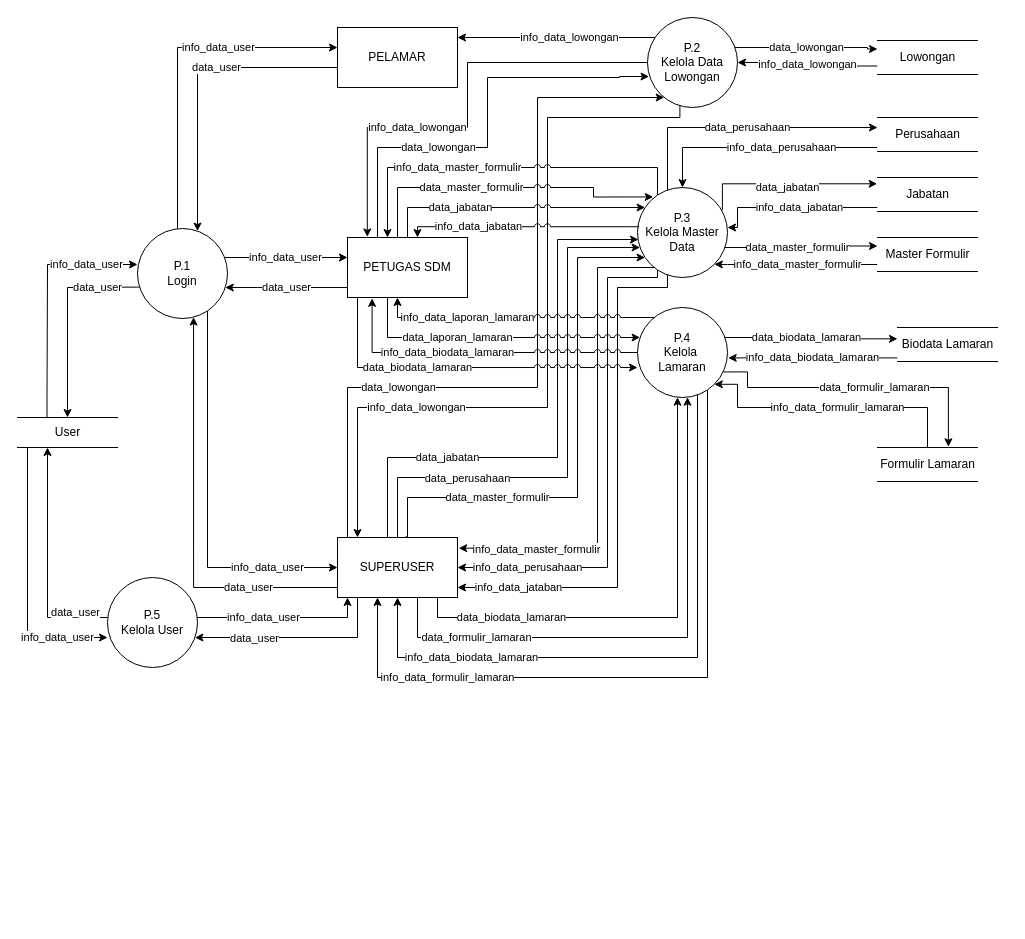
The draw.io diagram page "DFD 0" (2 of 7) of DFD v2.drawio in keys2505/tugas-akhir, before the edit. Source tidied: cells renumbered, new cells numbered last; positions are measured from the earlier drawing's top-left corner, leaving out a move shared by most shapes. Both pictures are drawn from the tidied source at 100%, with x=0, y=0 at pixel (17, 17).
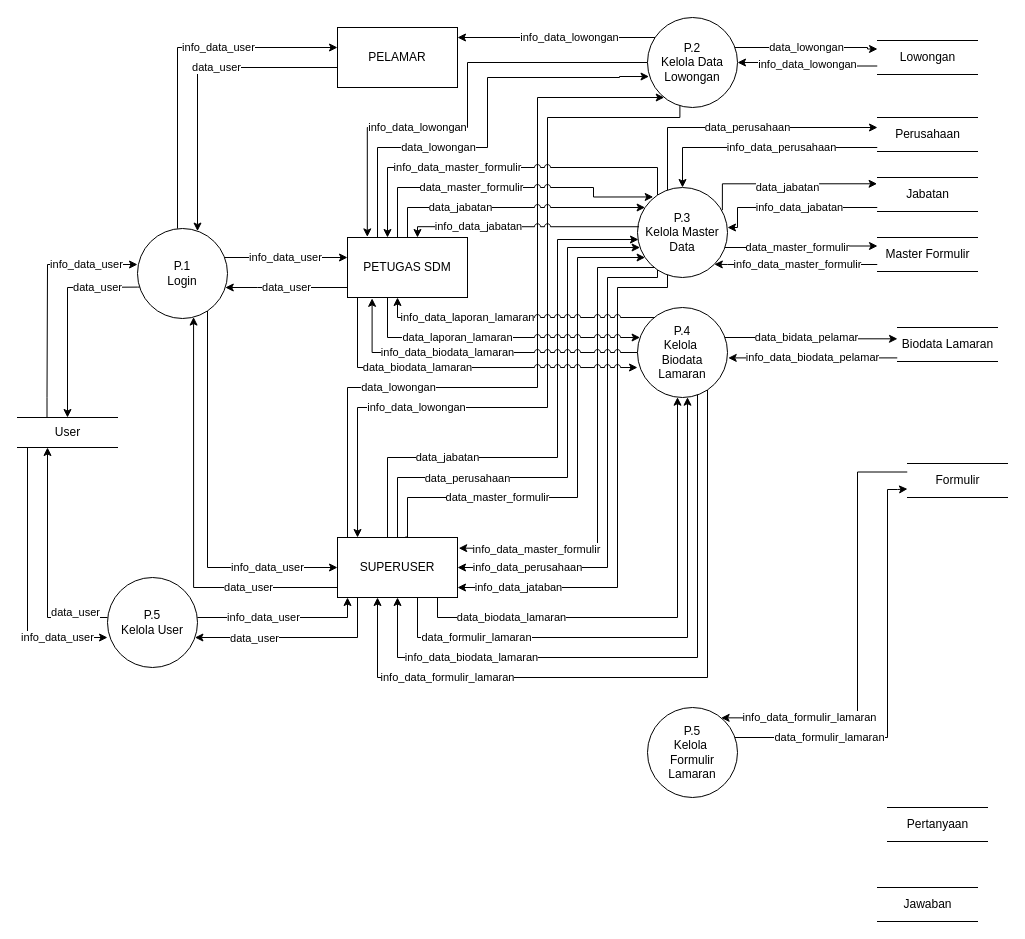
The same page after the edit.

Unchanged cells that the change refers to:
```xml
<mxCell id="54" value="Biodata Lamaran" style="html=1;dashed=0;whitespace=wrap;shape=partialRectangle;right=0;left=0;" parent="1" vertex="1">
  <mxGeometry x="880" y="310" width="100" height="34" as="geometry" />
</mxCell>
```

Diff of the diagram source:
```diff
@@
-    <mxCell id="42" value="data_biodata_lamaran" style="edgeStyle=orthogonalEdgeStyle;rounded=0;jettySize=auto;html=1;entryX=0;entryY=0.333;entryDx=0;entryDy=0;entryPerimeter=0;" parent="1" edge="1" source="47" target="54">
+    <mxCell id="42" value="data_bidata_pelamar" style="edgeStyle=orthogonalEdgeStyle;rounded=0;jettySize=auto;html=1;entryX=0;entryY=0.333;entryDx=0;entryDy=0;entryPerimeter=0;" parent="1" edge="1" source="47" target="54">
       <mxGeometry x="-0.06" relative="1" as="geometry">
         <Array as="points">
           <mxPoint x="790" y="320" />
           <mxPoint x="830" y="321" />
         </Array>
       </mxGeometry>
     </mxCell>
-    <mxCell id="43" value="data_formulir_lamaran" style="edgeStyle=orthogonalEdgeStyle;rounded=0;jettySize=auto;html=1;entryX=0.709;entryY=-0.021;entryDx=0;entryDy=0;exitX=0.952;exitY=0.716;exitDx=0;exitDy=0;exitPerimeter=0;entryPerimeter=0;" parent="1" edge="1" source="47" target="52">
-      <mxGeometry x="0.11" relative="1" as="geometry">
+    <mxCell id="43" value="data_formulir_lamaran" style="edgeStyle=orthogonalEdgeStyle;rounded=0;jettySize=auto;html=1;entryX=0;entryY=0.75;entryDx=0;entryDy=0;" parent="1" edge="1" source="65" target="52">
+      <mxGeometry x="-0.55" relative="1" as="geometry">
         <Array as="points">
-          <mxPoint x="730" y="354" />
-          <mxPoint x="730" y="370" />
-          <mxPoint x="930" y="370" />
-          <mxPoint x="930" y="429" />
+          <mxPoint x="870" y="720" />
+          <mxPoint x="870" y="472" />
+          <mxPoint x="880" y="472" />
         </Array>
       </mxGeometry>
     </mxCell>
@@
-    <mxCell id="47" value="&lt;div&gt;P.4&lt;/div&gt;&lt;div&gt;Kelola&amp;nbsp;&lt;/div&gt;&lt;div&gt;Lamaran&lt;br&gt;&lt;/div&gt;" style="ellipse;whiteSpace=wrap;html=1;" parent="1" vertex="1">
+    <mxCell id="47" value="&lt;div&gt;P.4&lt;/div&gt;&lt;div&gt;Kelola&amp;nbsp;&lt;/div&gt;&lt;div&gt;Biodata&lt;/div&gt;&lt;div&gt;Lamaran&lt;br&gt;&lt;/div&gt;" style="ellipse;whiteSpace=wrap;html=1;" parent="1" vertex="1">
       <mxGeometry x="620" y="290" width="90" height="90" as="geometry" />
     </mxCell>
@@
-    <mxCell id="51" value="info_data_formulir_lamaran" style="edgeStyle=orthogonalEdgeStyle;rounded=0;jettySize=auto;html=1;entryX=1;entryY=1;entryDx=0;entryDy=0;" parent="1" edge="1" source="52" target="47">
-      <mxGeometry x="-0.06" relative="1" as="geometry">
+    <mxCell id="51" value="info_data_formulir_lamaran" style="edgeStyle=orthogonalEdgeStyle;rounded=0;jettySize=auto;html=1;entryX=0.818;entryY=0.115;entryDx=0;entryDy=0;exitX=0;exitY=0.25;exitDx=0;exitDy=0;entryPerimeter=0;" parent="1" edge="1" source="52" target="65">
+      <mxGeometry x="0.59" relative="1" as="geometry">
         <Array as="points">
-          <mxPoint x="910" y="390" />
-          <mxPoint x="720" y="390" />
-          <mxPoint x="720" y="367" />
+          <mxPoint x="840" y="455" />
+          <mxPoint x="840" y="700" />
         </Array>
       </mxGeometry>
     </mxCell>
-    <mxCell id="52" value="Formulir Lamaran" style="html=1;dashed=0;whitespace=wrap;shape=partialRectangle;right=0;left=0;" parent="1" vertex="1">
-      <mxGeometry x="860" y="430" width="100" height="34" as="geometry" />
+    <mxCell id="52" value="Formulir" style="html=1;dashed=0;whitespace=wrap;shape=partialRectangle;right=0;left=0;" parent="1" vertex="1">
+      <mxGeometry x="890" y="446" width="100" height="34" as="geometry" />
     </mxCell>
-    <mxCell id="53" value="info_data_biodata_lamaran" style="edgeStyle=orthogonalEdgeStyle;rounded=0;jettySize=auto;html=1;entryX=1.008;entryY=0.56;entryDx=0;entryDy=0;entryPerimeter=0;" parent="1" edge="1" source="54" target="47">
+    <mxCell id="53" value="info_data_biodata_pelamar" style="edgeStyle=orthogonalEdgeStyle;rounded=0;jettySize=auto;html=1;entryX=1.008;entryY=0.56;entryDx=0;entryDy=0;entryPerimeter=0;" parent="1" edge="1" source="54" target="47">
       <mxGeometry relative="1" as="geometry">
         <Array as="points">
           <mxPoint x="711" y="340" />
         </Array>
       </mxGeometry>
     </mxCell>
@@
+    <mxCell id="65" value="&lt;div&gt;P.5&lt;/div&gt;&lt;div&gt;Kelola&amp;nbsp;&lt;/div&gt;&lt;div&gt;Formulir Lamaran&lt;br&gt;&lt;/div&gt;" style="ellipse;whiteSpace=wrap;html=1;" parent="1" vertex="1">
+      <mxGeometry x="630" y="690" width="90" height="90" as="geometry" />
+    </mxCell>
+    <mxCell id="66" value="Pertanyaan" style="html=1;dashed=0;whitespace=wrap;shape=partialRectangle;right=0;left=0;" parent="1" vertex="1">
+      <mxGeometry x="870" y="790" width="100" height="34" as="geometry" />
+    </mxCell>
+    <mxCell id="67" value="Jawaban" style="html=1;dashed=0;whitespace=wrap;shape=partialRectangle;right=0;left=0;" parent="1" vertex="1">
+      <mxGeometry x="860" y="870" width="100" height="34" as="geometry" />
+    </mxCell>
```
